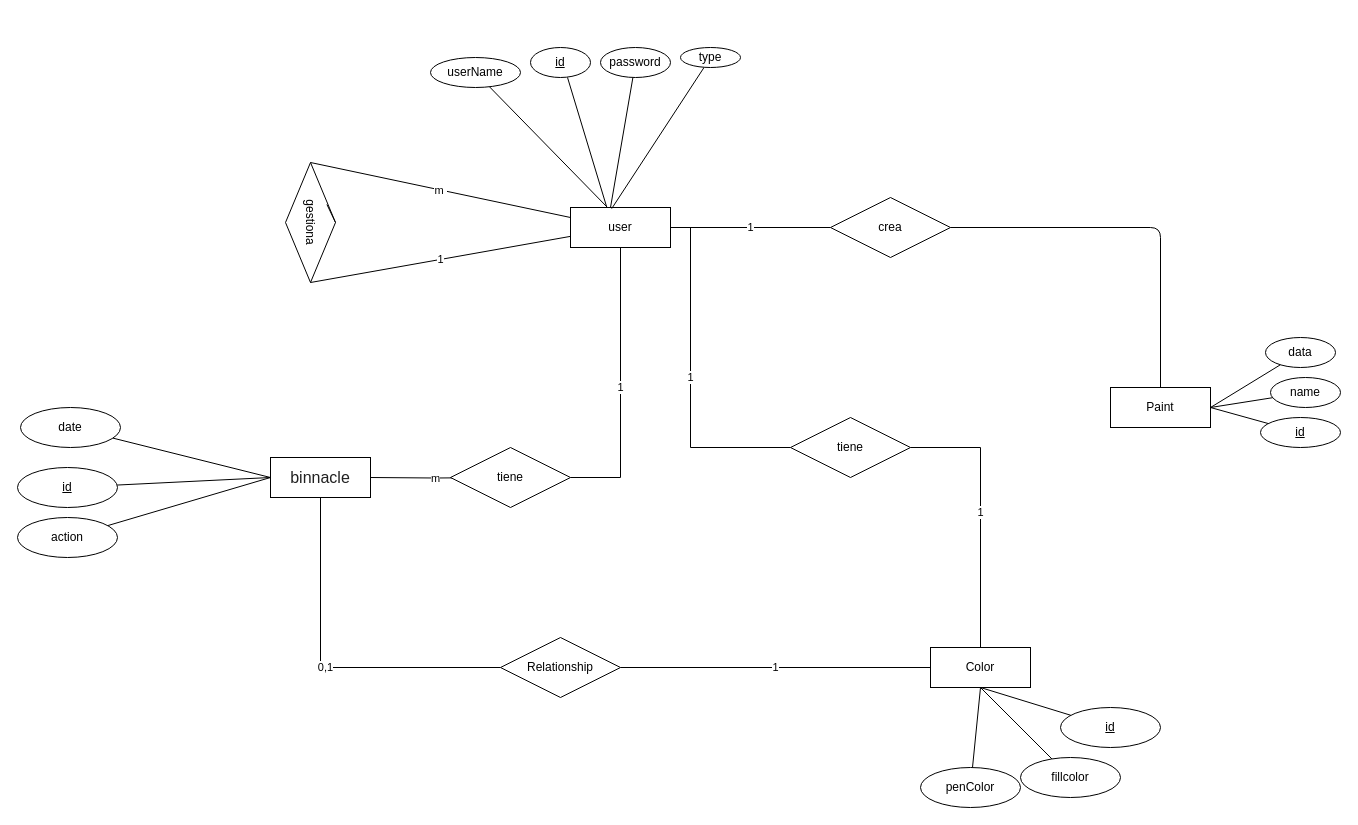
Earlier version of the draw.io diagram ER.drawio (agchavez/BDProyecto). Source tidied: cells renumbered, new cells numbered last; positions are measured from the earlier drawing's top-left corner, leaving out a move shared by most shapes. Both pictures are drawn from the tidied source at 100%, with x=0, y=0 at pixel (17, 47).
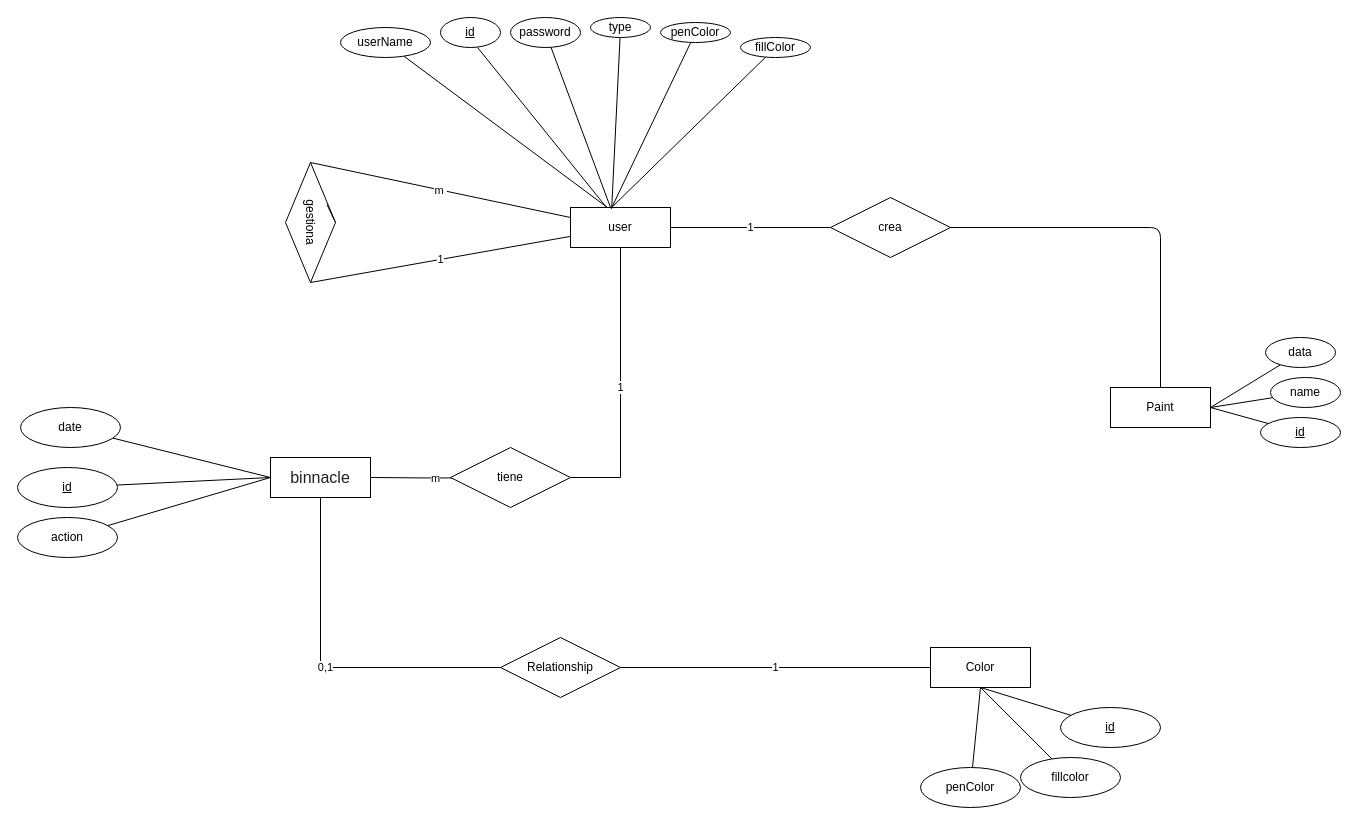
The same page after the edit.

Unchanged cells that the change refers to:
```xml
<mxCell id="7" value="user" style="whiteSpace=wrap;html=1;align=center;" parent="1" vertex="1">
  <mxGeometry x="553" y="160" width="100" height="40" as="geometry" />
</mxCell>
<mxCell id="38" value="Color" style="whiteSpace=wrap;html=1;align=center;" parent="1" vertex="1">
  <mxGeometry x="913" y="600" width="100" height="40" as="geometry" />
</mxCell>
```

What changed in the source:
```diff
@@
-    <mxCell id="6" value="1" style="edgeStyle=orthogonalEdgeStyle;rounded=0;jettySize=auto;html=1;entryX=0;entryY=0.5;entryDx=0;entryDy=0;endArrow=none;endFill=0;exitX=1;exitY=0.5;exitDx=0;exitDy=0;" parent="1" edge="1" source="7" target="45">
-      <mxGeometry relative="1" as="geometry">
-        <Array as="points">
-          <mxPoint x="673" y="180" />
-          <mxPoint x="673" y="400" />
-        </Array>
-      </mxGeometry>
-    </mxCell>
@@
     <mxCell id="17" value="userName" style="ellipse;whiteSpace=wrap;html=1;" parent="1" vertex="1">
-      <mxGeometry x="413" y="10" width="90" height="30" as="geometry" />
+      <mxGeometry x="323" y="-20" width="90" height="30" as="geometry" />
     </mxCell>
     <mxCell id="18" value="&lt;u&gt;id&lt;/u&gt;" style="ellipse;whiteSpace=wrap;html=1;" parent="1" vertex="1">
-      <mxGeometry x="513" width="60" height="30" as="geometry" />
+      <mxGeometry x="423" y="-30" width="60" height="30" as="geometry" />
     </mxCell>
@@
     <mxCell id="27" value="password" style="ellipse;whiteSpace=wrap;html=1;" parent="1" vertex="1">
-      <mxGeometry x="583" width="70" height="30" as="geometry" />
+      <mxGeometry x="493" y="-30" width="70" height="30" as="geometry" />
     </mxCell>
@@
     <mxCell id="36" value="type" style="ellipse;whiteSpace=wrap;html=1;align=center;" parent="1" vertex="1">
-      <mxGeometry x="663" width="60" height="20" as="geometry" />
+      <mxGeometry x="573" y="-30" width="60" height="20" as="geometry" />
     </mxCell>
@@
-    <mxCell id="44" value="1" style="edgeStyle=orthogonalEdgeStyle;rounded=0;jettySize=auto;html=1;entryX=0.5;entryY=0;entryDx=0;entryDy=0;endArrow=none;endFill=0;" parent="1" edge="1" source="45" target="38">
-      <mxGeometry relative="1" as="geometry" />
-    </mxCell>
-    <mxCell id="45" value="tiene" style="shape=rhombus;perimeter=rhombusPerimeter;whiteSpace=wrap;html=1;align=center;" parent="1" vertex="1">
-      <mxGeometry x="773" y="370" width="120" height="60" as="geometry" />
-    </mxCell>
@@
+    <mxCell id="48" style="edgeStyle=none;rounded=0;jettySize=auto;html=1;entryX=0.412;entryY=-0.002;entryDx=0;entryDy=0;entryPerimeter=0;endArrow=none;endFill=0;" parent="1" edge="1" source="49" target="7">
+      <mxGeometry relative="1" as="geometry" />
+    </mxCell>
+    <mxCell id="49" value="fillColor" style="ellipse;whiteSpace=wrap;html=1;align=center;" parent="1" vertex="1">
+      <mxGeometry x="723" y="-10" width="70" height="20" as="geometry" />
+    </mxCell>
+    <mxCell id="50" style="rounded=0;jettySize=auto;html=1;endArrow=none;endFill=0;entryX=0.407;entryY=0.032;entryDx=0;entryDy=0;entryPerimeter=0;" parent="1" edge="1" source="51" target="7">
+      <mxGeometry relative="1" as="geometry" />
+    </mxCell>
+    <mxCell id="51" value="penColor" style="ellipse;whiteSpace=wrap;html=1;align=center;" parent="1" vertex="1">
+      <mxGeometry x="643" y="-25" width="70" height="20" as="geometry" />
+    </mxCell>
```
